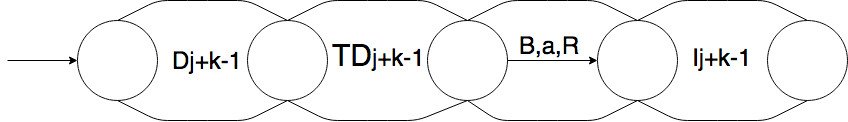
Before: graphics/figure_4.png, a diagram exported from draw.io (FaMAFStuffs/slides_video_lengform). Source tidied: cells renumbered, new cells last; positions are measured from the earlier drawing's top-left corner, leaving out a move shared by most shapes.
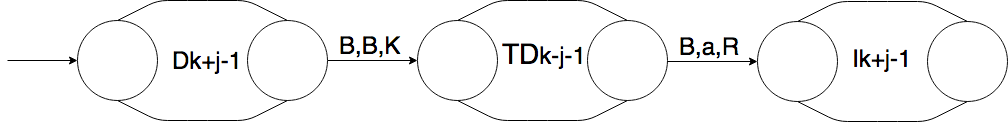
After the commit.

Change to the diagram source:
```diff
@@ -3,10 +3,10 @@
     <mxCell id="0" />
     <mxCell id="1" parent="0" />
     <mxCell id="2" style="ellipse;whiteSpace=wrap;html=1;shadow=0;strokeColor=#0A0A0A;fillColor=#FFFFFF;fontSize=34;" parent="1" vertex="1">
-      <mxGeometry x="70" y="20" width="80" height="80" as="geometry" />
+      <mxGeometry x="250" y="19" width="80" height="80" as="geometry" />
     </mxCell>
     <mxCell id="3" style="ellipse;whiteSpace=wrap;html=1;shadow=0;strokeColor=#0F0F0F;fillColor=#FFFFFF;" parent="1" vertex="1">
-      <mxGeometry x="240" y="20" width="80" height="80" as="geometry" />
+      <mxGeometry x="420" y="19" width="80" height="80" as="geometry" />
     </mxCell>
     <mxCell id="4" style="ellipse;whiteSpace=wrap;html=1;shadow=0;strokeColor=#0A0A0A;fillColor=#FFFFFF;" parent="1" vertex="1">
       <mxGeometry x="590" y="20" width="80" height="80" as="geometry" />
@@ -14,13 +14,8 @@
     <mxCell id="5" style="ellipse;whiteSpace=wrap;html=1;shadow=0;strokeColor=#0D0D0D;fillColor=#FFFFFF;fontSize=36;" parent="1" vertex="1">
       <mxGeometry x="760" y="20" width="80" height="80" as="geometry" />
     </mxCell>
-    <mxCell id="6" style="ellipse;whiteSpace=wrap;html=1;shadow=0;strokeColor=#0A0A0A;fillColor=#FFFFFF;" parent="1" vertex="1">
-      <mxGeometry x="420" y="20" width="80" height="80" as="geometry" />
-    </mxCell>
-    <mxCell id="7" style="endArrow=classic;html=1;fillColor=#FFFFFF;entryX=0;entryY=0.5;" parent="1" edge="1" target="2">
-      <mxGeometry relative="1" as="geometry">
-        <mxPoint y="60" as="sourcePoint" />
-      </mxGeometry>
+    <mxCell id="7" style="endArrow=classic;html=1;fillColor=#FFFFFF;entryX=0;entryY=0.5;exitX=1;exitY=0.5;" parent="1" edge="1" source="23" target="2">
+      <mxGeometry relative="1" as="geometry" />
     </mxCell>
     <mxCell id="8" style="edgeStyle=none;rounded=0;html=1;entryX=0.5;entryY=0;jettySize=auto;orthogonalLoop=1;fillColor=#FFFFFF;" parent="1" edge="1" source="3" target="3">
       <mxGeometry relative="1" as="geometry" />
@@ -28,45 +23,29 @@
     <mxCell id="9" value="&lt;font style=&quot;font-size: 24px&quot;&gt;B,a,R&lt;/font&gt;" style="text;html=1;align=left;verticalAlign=top;spacingTop=-4;" parent="1" vertex="1">
       <mxGeometry x="510" y="30" width="80" height="20" as="geometry" />
     </mxCell>
-    <mxCell id="10" style="endArrow=classic;html=1;fillColor=#FFFFFF;entryX=0;entryY=0.5;exitX=1;exitY=0.5;" parent="1" edge="1" source="6" target="4">
-      <mxGeometry relative="1" as="geometry" />
+    <mxCell id="10" style="endArrow=classic;html=1;fillColor=#FFFFFF;entryX=0;entryY=0.5;exitX=1;exitY=0.5;" parent="1" edge="1" target="4">
+      <mxGeometry relative="1" as="geometry">
+        <mxPoint x="500" y="60" as="sourcePoint" />
+      </mxGeometry>
     </mxCell>
     <mxCell id="11" style="endArrow=none;html=1;fillColor=#FFFFFF;entryX=0.5;entryY=0;exitX=0.5;exitY=0;" parent="1" edge="1" source="2" target="3">
       <mxGeometry relative="1" as="geometry">
         <Array as="points">
-          <mxPoint x="150" />
-          <mxPoint x="190" />
-          <mxPoint x="240" />
+          <mxPoint x="330" y="-1" />
+          <mxPoint x="370" y="-1" />
+          <mxPoint x="420" y="-1" />
         </Array>
       </mxGeometry>
     </mxCell>
     <mxCell id="12" style="endArrow=none;html=1;fillColor=#FFFFFF;entryX=0.5;entryY=1;exitX=0.5;exitY=1;" parent="1" edge="1" source="2" target="3">
       <mxGeometry relative="1" as="geometry">
         <Array as="points">
-          <mxPoint x="150" y="120" />
-          <mxPoint x="190" y="120" />
-          <mxPoint x="240" y="120" />
+          <mxPoint x="330" y="119" />
+          <mxPoint x="370" y="119" />
+          <mxPoint x="420" y="119" />
         </Array>
       </mxGeometry>
     </mxCell>
-    <mxCell id="13" style="endArrow=none;html=1;fillColor=#FFFFFF;entryX=0.5;entryY=0;exitX=0.5;exitY=0;" parent="1" edge="1" source="3" target="6">
-      <mxGeometry relative="1" as="geometry">
-        <Array as="points">
-          <mxPoint x="320" />
-          <mxPoint x="370" />
-          <mxPoint x="420" />
-        </Array>
-      </mxGeometry>
-    </mxCell>
-    <mxCell id="14" style="endArrow=none;html=1;fillColor=#FFFFFF;entryX=0.5;entryY=1;exitX=0.5;exitY=1;" parent="1" edge="1" source="3" target="6">
-      <mxGeometry relative="1" as="geometry">
-        <Array as="points">
-          <mxPoint x="320" y="120" />
-          <mxPoint x="370" y="120" />
-          <mxPoint x="410" y="120" />
-        </Array>
-      </mxGeometry>
-    </mxCell>
     <mxCell id="15" style="endArrow=none;html=1;fillColor=#FFFFFF;entryX=0.5;entryY=0;exitX=0.5;exitY=0;" parent="1" edge="1" source="4" target="5">
       <mxGeometry relative="1" as="geometry">
         <Array as="points">
@@ -76,24 +55,6 @@
         </Array>
       </mxGeometry>
     </mxCell>
-    <mxCell id="16" style="endArrow=none;html=1;fillColor=#FFFFFF;entryX=0.5;entryY=0;exitX=0.5;exitY=0;" parent="1" edge="1" source="6" target="4">
-      <mxGeometry relative="1" as="geometry">
-        <Array as="points">
-          <mxPoint x="500" />
-          <mxPoint x="550" />
-          <mxPoint x="590" />
-        </Array>
-      </mxGeometry>
-    </mxCell>
-    <mxCell id="17" style="endArrow=none;html=1;fillColor=#FFFFFF;entryX=0.5;entryY=1;exitX=0.5;exitY=1;" parent="1" edge="1" source="6" target="4">
-      <mxGeometry relative="1" as="geometry">
-        <Array as="points">
-          <mxPoint x="490" y="120" />
-          <mxPoint x="540" y="120" />
-          <mxPoint x="590" y="120" />
-        </Array>
-      </mxGeometry>
-    </mxCell>
     <mxCell id="18" style="endArrow=none;html=1;fillColor=#FFFFFF;entryX=0.5;entryY=1;exitX=0.5;exitY=1;" parent="1" edge="1" source="4" target="5">
       <mxGeometry relative="1" as="geometry">
         <Array as="points">
@@ -103,14 +64,49 @@
         </Array>
       </mxGeometry>
     </mxCell>
-    <mxCell id="19" value="&lt;font style=&quot;font-size: 24px&quot;&gt;Dj+k-1&lt;/font&gt;" style="text;html=1;spacing=5;spacingTop=-10;whiteSpace=wrap;overflow=hidden;fillColor=none;strokeColor=none;shadow=0;rounded=0;verticalAlign=middle;fontSize=30;" parent="1" vertex="1">
-      <mxGeometry x="160" y="40" width="90" height="47" as="geometry" />
-    </mxCell>
-    <mxCell id="20" value="&lt;font style=&quot;font-size: 24px&quot;&gt;Ij+k-1&lt;/font&gt;" style="text;html=1;spacing=5;spacingTop=-10;whiteSpace=wrap;overflow=hidden;fillColor=none;strokeColor=none;shadow=0;rounded=0;verticalAlign=middle;fontSize=30;" parent="1" vertex="1">
+    <mxCell id="20" value="&lt;font style=&quot;font-size: 24px&quot;&gt;Ik+j-1&lt;/font&gt;" style="text;html=1;spacing=5;spacingTop=-10;whiteSpace=wrap;overflow=hidden;fillColor=none;strokeColor=none;shadow=0;rounded=0;verticalAlign=middle;fontSize=30;" parent="1" vertex="1">
       <mxGeometry x="680" y="37" width="70" height="47" as="geometry" />
     </mxCell>
-    <mxCell id="21" value="TD&lt;font style=&quot;font-size: 24px&quot;&gt;j+k-1&lt;/font&gt;" style="text;html=1;spacing=5;spacingTop=-10;whiteSpace=wrap;overflow=hidden;fillColor=none;strokeColor=none;shadow=0;rounded=0;verticalAlign=middle;fontSize=30;" parent="1" vertex="1">
-      <mxGeometry x="320" y="37" width="100" height="47" as="geometry" />
+    <mxCell id="21" value="TD&lt;font style=&quot;font-size: 24px&quot;&gt;k-j-1&lt;/font&gt;" style="text;html=1;spacing=5;spacingTop=-10;whiteSpace=wrap;overflow=hidden;fillColor=none;strokeColor=none;shadow=0;rounded=0;verticalAlign=middle;fontSize=28;" parent="1" vertex="1">
+      <mxGeometry x="330" y="36" width="100" height="47" as="geometry" />
     </mxCell>
+    <mxCell id="22" style="ellipse;whiteSpace=wrap;html=1;shadow=0;strokeColor=#0A0A0A;fillColor=#FFFFFF;fontSize=34;" parent="1" vertex="1">
+      <mxGeometry x="-90" y="19" width="80" height="80" as="geometry" />
+    </mxCell>
+    <mxCell id="23" style="ellipse;whiteSpace=wrap;html=1;shadow=0;strokeColor=#0F0F0F;fillColor=#FFFFFF;" parent="1" vertex="1">
+      <mxGeometry x="80" y="19" width="80" height="80" as="geometry" />
+    </mxCell>
+    <mxCell id="24" style="endArrow=classic;html=1;fillColor=#FFFFFF;entryX=0;entryY=0.5;" parent="1" edge="1" target="22">
+      <mxGeometry relative="1" as="geometry">
+        <mxPoint x="-160" y="59" as="sourcePoint" />
+      </mxGeometry>
+    </mxCell>
+    <mxCell id="25" style="edgeStyle=none;rounded=0;html=1;entryX=0.5;entryY=0;jettySize=auto;orthogonalLoop=1;fillColor=#FFFFFF;" parent="1" edge="1" source="23" target="23">
+      <mxGeometry relative="1" as="geometry" />
+    </mxCell>
+    <mxCell id="26" style="endArrow=none;html=1;fillColor=#FFFFFF;entryX=0.5;entryY=0;exitX=0.5;exitY=0;" parent="1" edge="1" source="22" target="23">
+      <mxGeometry relative="1" as="geometry">
+        <Array as="points">
+          <mxPoint x="-10" y="-1" />
+          <mxPoint x="30" y="-1" />
+          <mxPoint x="80" y="-1" />
+        </Array>
+      </mxGeometry>
+    </mxCell>
+    <mxCell id="27" style="endArrow=none;html=1;fillColor=#FFFFFF;entryX=0.5;entryY=1;exitX=0.5;exitY=1;" parent="1" edge="1" source="22" target="23">
+      <mxGeometry relative="1" as="geometry">
+        <Array as="points">
+          <mxPoint x="-10" y="119" />
+          <mxPoint x="30" y="119" />
+          <mxPoint x="80" y="119" />
+        </Array>
+      </mxGeometry>
+    </mxCell>
+    <mxCell id="28" value="&lt;font style=&quot;font-size: 24px&quot;&gt;Dk+j-1&lt;/font&gt;" style="text;html=1;spacing=5;spacingTop=-10;whiteSpace=wrap;overflow=hidden;fillColor=none;strokeColor=none;shadow=0;rounded=0;verticalAlign=middle;fontSize=30;" parent="1" vertex="1">
+      <mxGeometry y="39" width="90" height="47" as="geometry" />
+    </mxCell>
+    <mxCell id="29" value="&lt;font style=&quot;font-size: 24px&quot;&gt;B,B,K&lt;/font&gt;" style="text;html=1;align=left;verticalAlign=top;spacingTop=-4;" parent="1" vertex="1">
+      <mxGeometry x="170" y="29" width="80" height="20" as="geometry" />
+    </mxCell>
   </root>
 </mxGraphModel>
```
